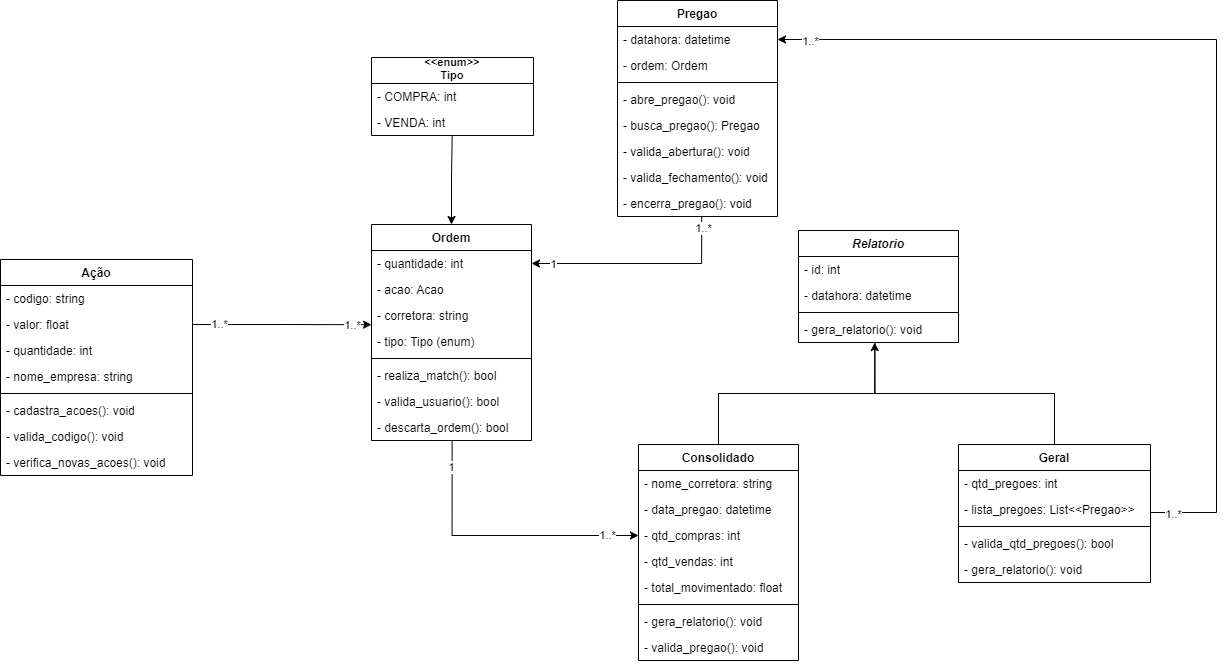
Earlier version of the draw.io export dealbroker/classes/diagrama-classe.png (milenatteixeira/stockfei). Source tidied: cells renumbered, new cells last; positions are measured from the earlier drawing's top-left corner, leaving out a move shared by most shapes.
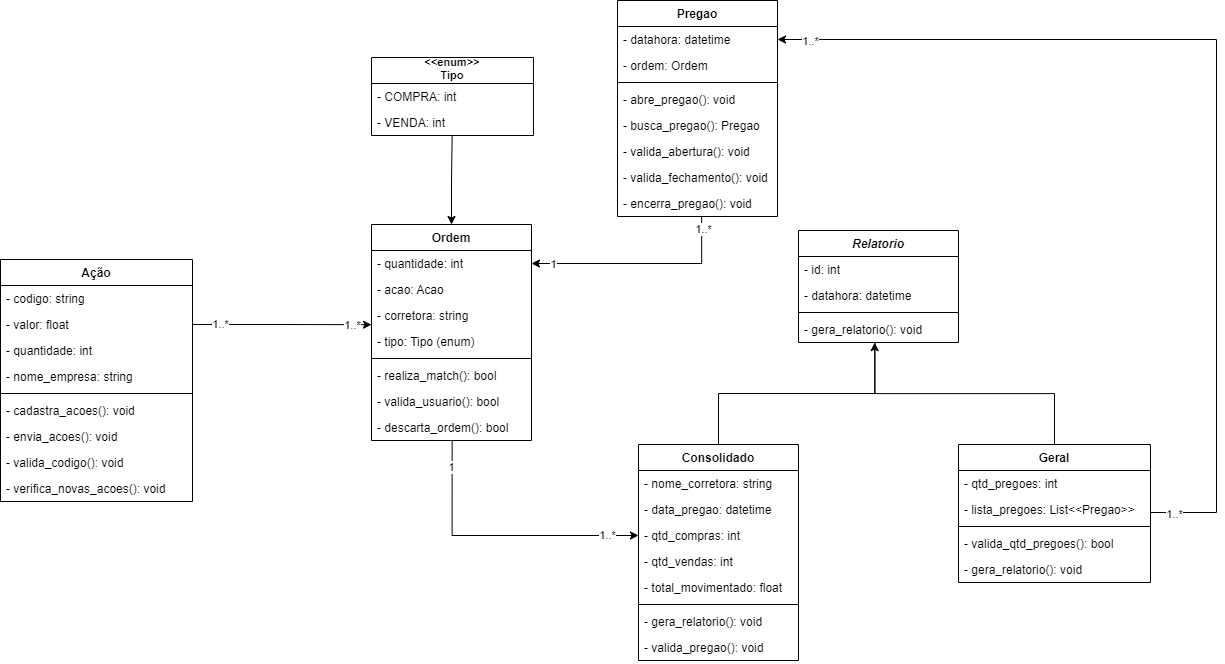
The same file after the commit.

Diff of the diagram source:
```diff
@@ -141,7 +141,7 @@
       <mxGeometry y="190" width="160" height="26" as="geometry" />
     </mxCell>
     <mxCell id="46" value="Ação" style="swimlane;fontStyle=1;align=center;verticalAlign=top;horizontal=1;startSize=26;" parent="1" vertex="1">
-      <mxGeometry y="259" width="192" height="216" as="geometry" />
+      <mxGeometry y="259" width="192" height="242" as="geometry" />
     </mxCell>
     <mxCell id="47" value="- codigo: string" style="text;strokeColor=none;fillColor=none;align=left;verticalAlign=top;spacingLeft=4;spacingRight=4;overflow=hidden;" parent="46" vertex="1">
       <mxGeometry y="26" width="192" height="26" as="geometry" />
@@ -161,11 +161,14 @@
     <mxCell id="52" value="- cadastra_acoes(): void" style="text;strokeColor=none;fillColor=none;align=left;verticalAlign=top;spacingLeft=4;spacingRight=4;overflow=hidden;" parent="46" vertex="1">
       <mxGeometry y="138" width="192" height="26" as="geometry" />
     </mxCell>
+    <mxCell id="67" value="- envia_acoes(): void" style="text;strokeColor=none;fillColor=none;align=left;verticalAlign=top;spacingLeft=4;spacingRight=4;overflow=hidden;" parent="46" vertex="1">
+      <mxGeometry y="164" width="192" height="26" as="geometry" />
+    </mxCell>
     <mxCell id="53" value="- valida_codigo(): void" style="text;strokeColor=none;fillColor=none;align=left;verticalAlign=top;spacingLeft=4;spacingRight=4;overflow=hidden;" parent="46" vertex="1">
-      <mxGeometry y="164" width="192" height="26" as="geometry" />
+      <mxGeometry y="190" width="192" height="26" as="geometry" />
     </mxCell>
     <mxCell id="54" value="- verifica_novas_acoes(): void" style="text;strokeColor=none;fillColor=none;align=left;verticalAlign=top;spacingLeft=4;spacingRight=4;overflow=hidden;" parent="46" vertex="1">
-      <mxGeometry y="190" width="192" height="26" as="geometry" />
+      <mxGeometry y="216" width="192" height="26" as="geometry" />
     </mxCell>
     <mxCell id="55" value="&lt;&lt;enum&gt;&gt;&#10;Tipo" style="swimlane;fontStyle=1;align=center;verticalAlign=top;horizontal=1;startSize=26;spacingTop=-7;spacing=1;fontSize=11;" parent="1" vertex="1">
       <mxGeometry x="371" y="57" width="162" height="78" as="geometry" />
```
